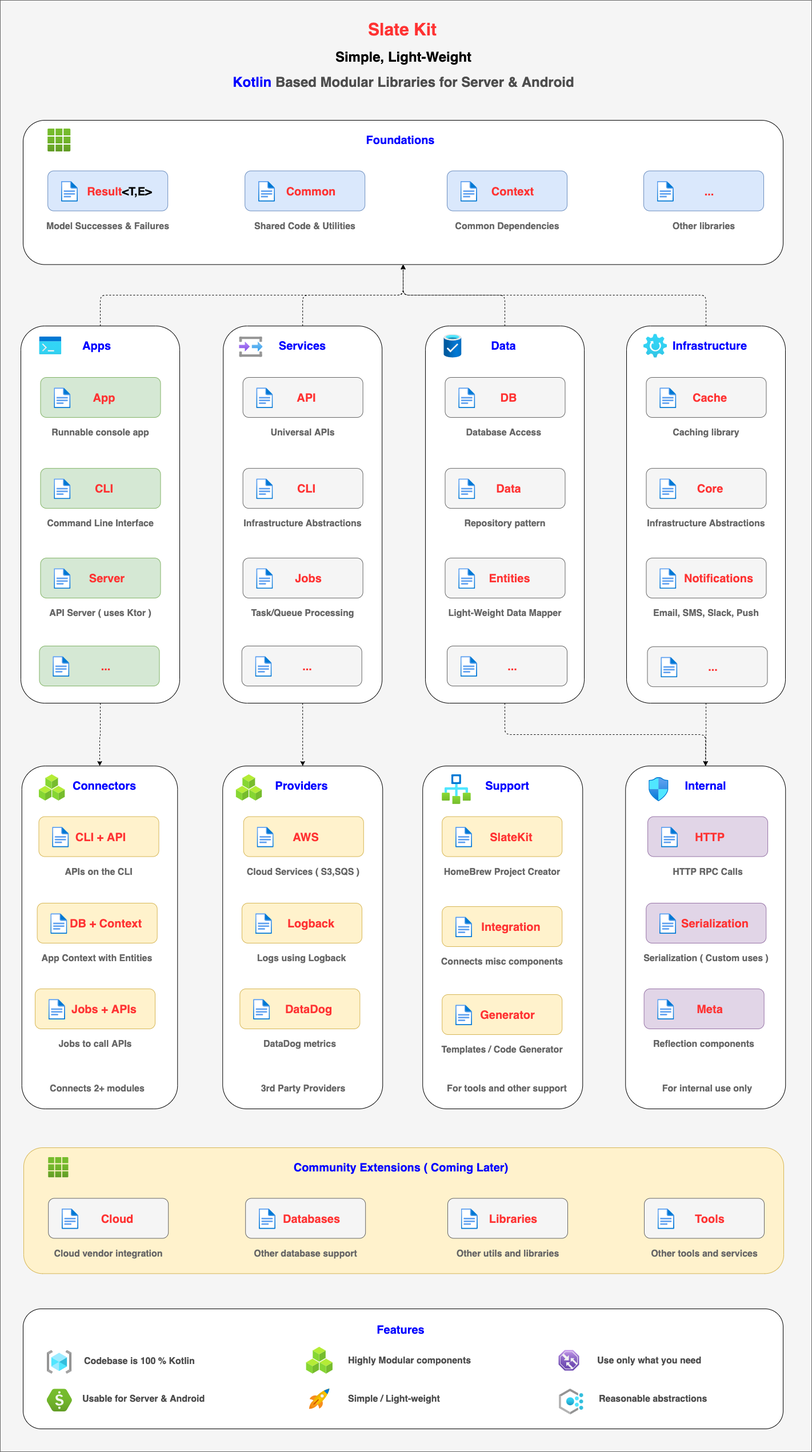
Above: doc/diagrams/slatekit-overview.png in slatekit/kiit (draw.io), before the change. Source tidied: cells renumbered, new cells last; positions are measured from the earlier drawing's top-left corner, leaving out a move shared by most shapes.
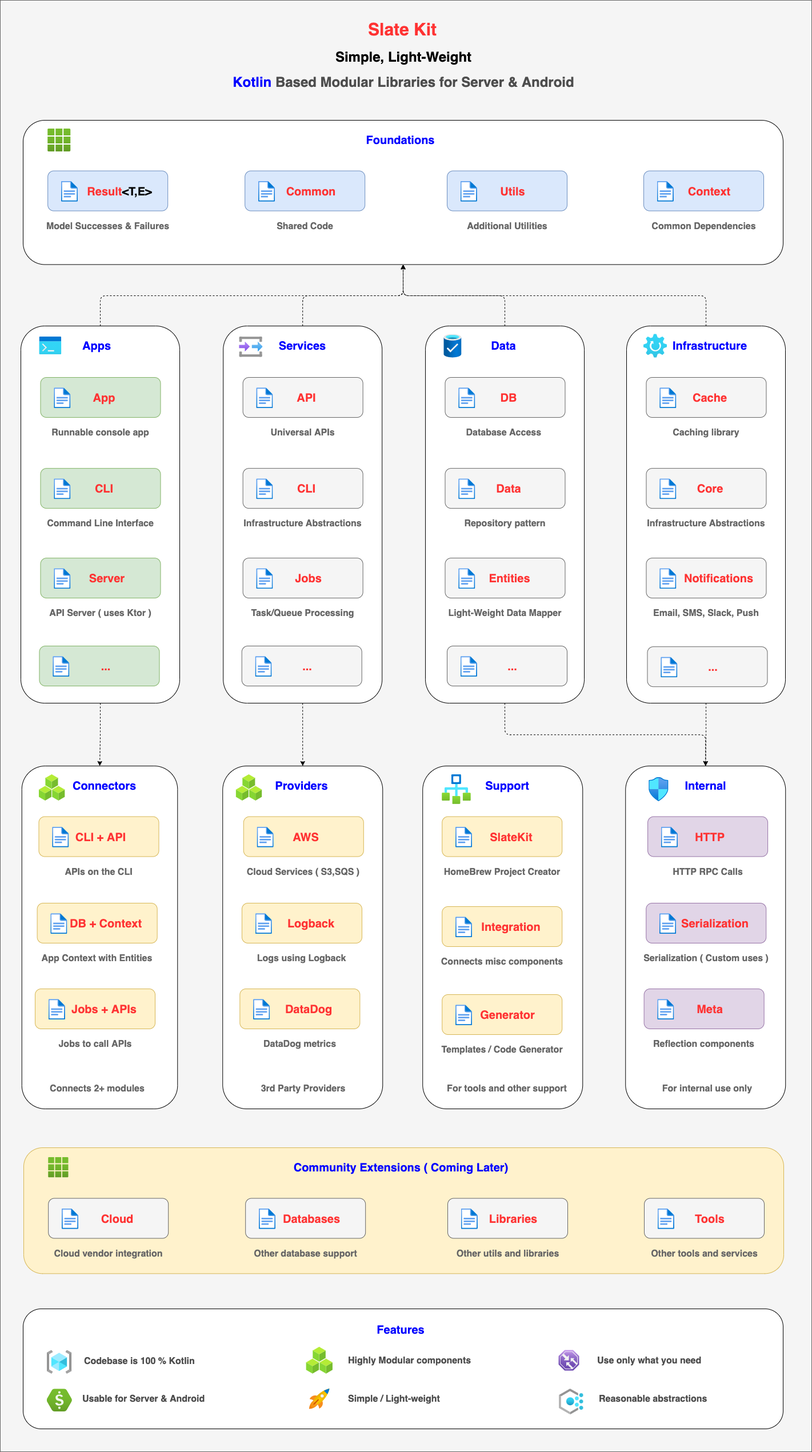
Above is the later version.

Commit message:
DIAGRAM: Overview of Slate Kit

Diff of the diagram source:
```diff
@@ -56,7 +56,7 @@
     <mxCell id="19" style="html=1;align=center;image;fontSize=12;image=img/lib/azure2/general/File.svg;" parent="1" vertex="1">
       <mxGeometry x="451.9" y="316.8" width="29.2" height="36" as="geometry" />
     </mxCell>
-    <mxCell id="20" value="&lt;span style=&quot;font-size: 16px&quot;&gt;&lt;b&gt;Shared Code &amp;amp; Utilities&lt;/b&gt;&lt;/span&gt;" style="text;html=1;strokeColor=none;fillColor=none;align=center;verticalAlign=middle;whiteSpace=wrap;rounded=0;fontColor=#666666;" parent="1" vertex="1">
+    <mxCell id="20" value="&lt;span style=&quot;font-size: 16px&quot;&gt;&lt;b&gt;Shared Code&lt;/b&gt;&lt;/span&gt;" style="text;html=1;strokeColor=none;fillColor=none;align=center;verticalAlign=middle;whiteSpace=wrap;rounded=0;fontColor=#666666;" parent="1" vertex="1">
       <mxGeometry x="421.7" y="380.8" width="222.9" height="30" as="geometry" />
     </mxCell>
     <mxCell id="21" value="&lt;font size=&quot;1&quot;&gt;&lt;b style=&quot;font-size: 20px&quot;&gt;&lt;font color=&quot;#ff3333&quot;&gt;Common&lt;/font&gt;&lt;/b&gt;&lt;/font&gt;" style="text;html=1;strokeColor=none;fillColor=none;align=center;verticalAlign=middle;whiteSpace=wrap;rounded=0;" parent="1" vertex="1">
@@ -68,10 +68,10 @@
     <mxCell id="23" style="html=1;align=center;image;fontSize=12;image=img/lib/azure2/general/File.svg;" parent="1" vertex="1">
       <mxGeometry x="1149.7" y="316.8" width="29.2" height="36" as="geometry" />
     </mxCell>
-    <mxCell id="24" value="&lt;b style=&quot;font-size: 16px&quot;&gt;Other libraries&lt;/b&gt;" style="text;html=1;strokeColor=none;fillColor=none;align=center;verticalAlign=middle;whiteSpace=wrap;rounded=0;fontColor=#666666;" parent="1" vertex="1">
+    <mxCell id="24" value="&lt;b style=&quot;font-size: 16px&quot;&gt;Common Dependencies&lt;/b&gt;" style="text;html=1;strokeColor=none;fillColor=none;align=center;verticalAlign=middle;whiteSpace=wrap;rounded=0;fontColor=#666666;" parent="1" vertex="1">
       <mxGeometry x="1119.5" y="380.8" width="222.9" height="30" as="geometry" />
     </mxCell>
-    <mxCell id="25" value="&lt;font color=&quot;#ff3333&quot;&gt;&lt;span style=&quot;font-size: 20px&quot;&gt;&lt;b&gt;...&lt;/b&gt;&lt;/span&gt;&lt;/font&gt;" style="text;html=1;strokeColor=none;fillColor=none;align=center;verticalAlign=middle;whiteSpace=wrap;rounded=0;" parent="1" vertex="1">
+    <mxCell id="25" value="&lt;font color=&quot;#ff3333&quot;&gt;&lt;span style=&quot;font-size: 20px&quot;&gt;&lt;b&gt;Context&lt;/b&gt;&lt;/span&gt;&lt;/font&gt;" style="text;html=1;strokeColor=none;fillColor=none;align=center;verticalAlign=middle;whiteSpace=wrap;rounded=0;" parent="1" vertex="1">
       <mxGeometry x="1171.9" y="319.8" width="138.3" height="30" as="geometry" />
     </mxCell>
     <mxCell id="26" style="rounded=1;whiteSpace=wrap;html=1;glass=0;strokeWidth=1;fontSize=14;align=left;" parent="1" vertex="1">
@@ -248,10 +248,10 @@
     <mxCell id="83" style="html=1;align=center;image;fontSize=12;image=img/lib/azure2/general/File.svg;" parent="1" vertex="1">
       <mxGeometry x="805.7" y="316.8" width="29.2" height="36" as="geometry" />
     </mxCell>
-    <mxCell id="84" value="&lt;span style=&quot;font-size: 16px&quot;&gt;&lt;b&gt;Common Dependencies&lt;/b&gt;&lt;/span&gt;" style="text;html=1;strokeColor=none;fillColor=none;align=center;verticalAlign=middle;whiteSpace=wrap;rounded=0;fontColor=#666666;" parent="1" vertex="1">
+    <mxCell id="84" value="&lt;span style=&quot;font-size: 16px&quot;&gt;&lt;b&gt;Additional Utilities&lt;/b&gt;&lt;/span&gt;" style="text;html=1;strokeColor=none;fillColor=none;align=center;verticalAlign=middle;whiteSpace=wrap;rounded=0;fontColor=#666666;" parent="1" vertex="1">
       <mxGeometry x="775.5" y="380.8" width="222.9" height="30" as="geometry" />
     </mxCell>
-    <mxCell id="85" value="&lt;font color=&quot;#ff3333&quot;&gt;&lt;span style=&quot;font-size: 20px&quot;&gt;&lt;b&gt;Context&lt;/b&gt;&lt;/span&gt;&lt;/font&gt;" style="text;html=1;strokeColor=none;fillColor=none;align=center;verticalAlign=middle;whiteSpace=wrap;rounded=0;" parent="1" vertex="1">
+    <mxCell id="85" value="&lt;font color=&quot;#ff3333&quot;&gt;&lt;span style=&quot;font-size: 20px&quot;&gt;&lt;b&gt;Utils&lt;/b&gt;&lt;/span&gt;&lt;/font&gt;" style="text;html=1;strokeColor=none;fillColor=none;align=center;verticalAlign=middle;whiteSpace=wrap;rounded=0;" parent="1" vertex="1">
       <mxGeometry x="827.9" y="319.8" width="138.3" height="30" as="geometry" />
     </mxCell>
     <mxCell id="86" style="rounded=1;whiteSpace=wrap;html=1;glass=0;strokeWidth=1;fontSize=14;align=left;" parent="1" vertex="1">
```
